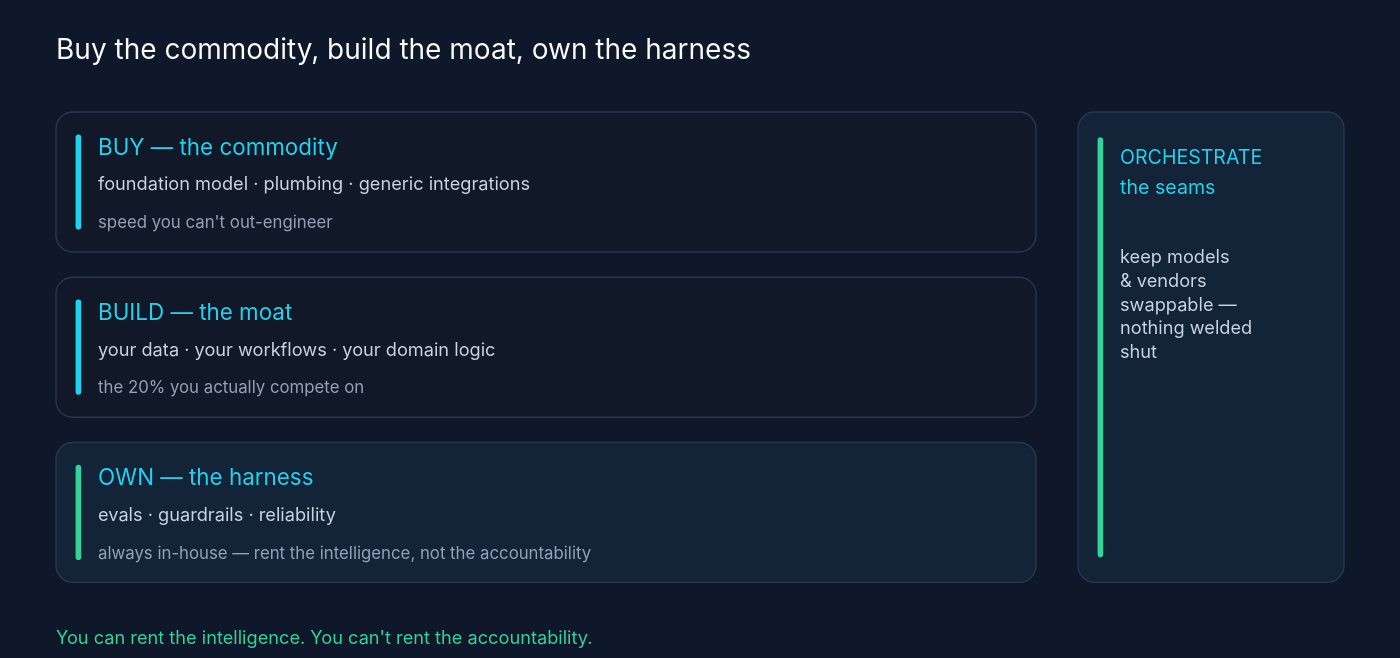
This is public/diagrams/2026-07-18-buy-build-own.excalidraw.svg from RajnishDashora/rajnishdashora.com, a Excalidraw export, as it was before one commit. Source tidied: one line per element, renumbered; positions are measured from the earlier drawing's top-left corner, leaving out a move shared by most shapes. Its diagram source:
```json
{"id": 0, "type": "text", "text": "Buy the commodity, build the moat, own the harness", "strokeColor": "#f9fafb", "strokeWidth": 1, "roughness": 0, "fontSize": 20, "fontFamily": 2, "x": 0, "y": 0, "width": 560, "height": 26}
{"id": 1, "type": "rectangle", "strokeColor": "#2a3650", "backgroundColor": "#111827", "fillStyle": "solid", "strokeWidth": 1, "roughness": 0, "round": true, "x": 0, "y": 56, "width": 700, "height": 100}
{"id": 2, "type": "rectangle", "strokeColor": "#22d3ee", "backgroundColor": "#22d3ee", "fillStyle": "solid", "strokeWidth": 1, "roughness": 0, "round": true, "x": 14, "y": 72, "width": 4, "height": 68}
{"id": 3, "type": "text", "text": "BUY — the commodity", "strokeColor": "#22d3ee", "strokeWidth": 1, "roughness": 0, "fontSize": 16, "fontFamily": 2, "x": 30, "y": 72, "width": 170, "height": 21}
{"id": 4, "type": "text", "text": "foundation model  ·  plumbing  ·  generic integrations", "strokeColor": "#cbd5e1", "strokeWidth": 1, "roughness": 0, "fontSize": 13, "fontFamily": 2, "x": 30, "y": 100, "width": 393, "height": 17}
{"id": 5, "type": "text", "text": "speed you can't out-engineer", "strokeColor": "#94a3b8", "strokeWidth": 1, "roughness": 0, "fontSize": 12, "fontFamily": 2, "x": 30, "y": 128, "width": 188, "height": 16}
{"id": 6, "type": "rectangle", "strokeColor": "#2a3650", "backgroundColor": "#111827", "fillStyle": "solid", "strokeWidth": 1, "roughness": 0, "round": true, "x": 0, "y": 174, "width": 700, "height": 100}
{"id": 7, "type": "rectangle", "strokeColor": "#22d3ee", "backgroundColor": "#22d3ee", "fillStyle": "solid", "strokeWidth": 1, "roughness": 0, "round": true, "x": 14, "y": 190, "width": 4, "height": 68}
{"id": 8, "type": "text", "text": "BUILD — the moat", "strokeColor": "#22d3ee", "strokeWidth": 1, "roughness": 0, "fontSize": 16, "fontFamily": 2, "x": 30, "y": 190, "width": 143, "height": 21}
{"id": 9, "type": "text", "text": "your data  ·  your workflows  ·  your domain logic", "strokeColor": "#cbd5e1", "strokeWidth": 1, "roughness": 0, "fontSize": 13, "fontFamily": 2, "x": 30, "y": 218, "width": 364, "height": 17}
{"id": 10, "type": "text", "text": "the 20% you actually compete on", "strokeColor": "#94a3b8", "strokeWidth": 1, "roughness": 0, "fontSize": 12, "fontFamily": 2, "x": 30, "y": 246, "width": 208, "height": 16}
{"id": 11, "type": "rectangle", "strokeColor": "#2a3650", "backgroundColor": "#132338", "fillStyle": "solid", "strokeWidth": 1, "roughness": 0, "round": true, "x": 0, "y": 292, "width": 700, "height": 100}
{"id": 12, "type": "rectangle", "strokeColor": "#34d399", "backgroundColor": "#34d399", "fillStyle": "solid", "strokeWidth": 1, "roughness": 0, "round": true, "x": 14, "y": 308, "width": 4, "height": 68}
{"id": 13, "type": "text", "text": "OWN — the harness", "strokeColor": "#22d3ee", "strokeWidth": 1, "roughness": 0, "fontSize": 16, "fontFamily": 2, "x": 30, "y": 308, "width": 152, "height": 21}
{"id": 14, "type": "text", "text": "evals  ·  guardrails  ·  reliability", "strokeColor": "#cbd5e1", "strokeWidth": 1, "roughness": 0, "fontSize": 13, "fontFamily": 2, "x": 30, "y": 336, "width": 262, "height": 17}
{"id": 15, "type": "text", "text": "always in-house — rent the intelligence, not the accountability", "strokeColor": "#94a3b8", "strokeWidth": 1, "roughness": 0, "fontSize": 12, "fontFamily": 2, "x": 30, "y": 364, "width": 423, "height": 16}
{"id": 16, "type": "rectangle", "strokeColor": "#2a3650", "backgroundColor": "#132338", "fillStyle": "solid", "strokeWidth": 1, "roughness": 0, "round": true, "x": 730, "y": 56, "width": 190, "height": 336}
{"id": 17, "type": "rectangle", "strokeColor": "#34d399", "backgroundColor": "#34d399", "fillStyle": "solid", "strokeWidth": 1, "roughness": 0, "round": true, "x": 744, "y": 74, "width": 4, "height": 300}
{"id": 18, "type": "text", "text": "ORCHESTRATE", "strokeColor": "#22d3ee", "strokeWidth": 1, "roughness": 0, "fontSize": 14, "fontFamily": 2, "x": 760, "y": 80, "width": 86, "height": 18}
{"id": 19, "type": "text", "text": "the seams", "strokeColor": "#22d3ee", "strokeWidth": 1, "roughness": 0, "fontSize": 14, "fontFamily": 2, "x": 760, "y": 102, "width": 71, "height": 18}
{"id": 20, "type": "text", "text": "keep models\n& vendors\nswappable —\nnothing welded\nshut", "strokeColor": "#cbd5e1", "strokeWidth": 1, "roughness": 0, "fontSize": 13, "fontFamily": 2, "x": 760, "y": 152, "width": 102, "height": 84}
{"id": 21, "type": "text", "text": "You can rent the intelligence. You can't rent the accountability.", "strokeColor": "#34d399", "strokeWidth": 1, "roughness": 0, "fontSize": 13, "fontFamily": 2, "x": 0, "y": 424, "width": 473, "height": 17}
```
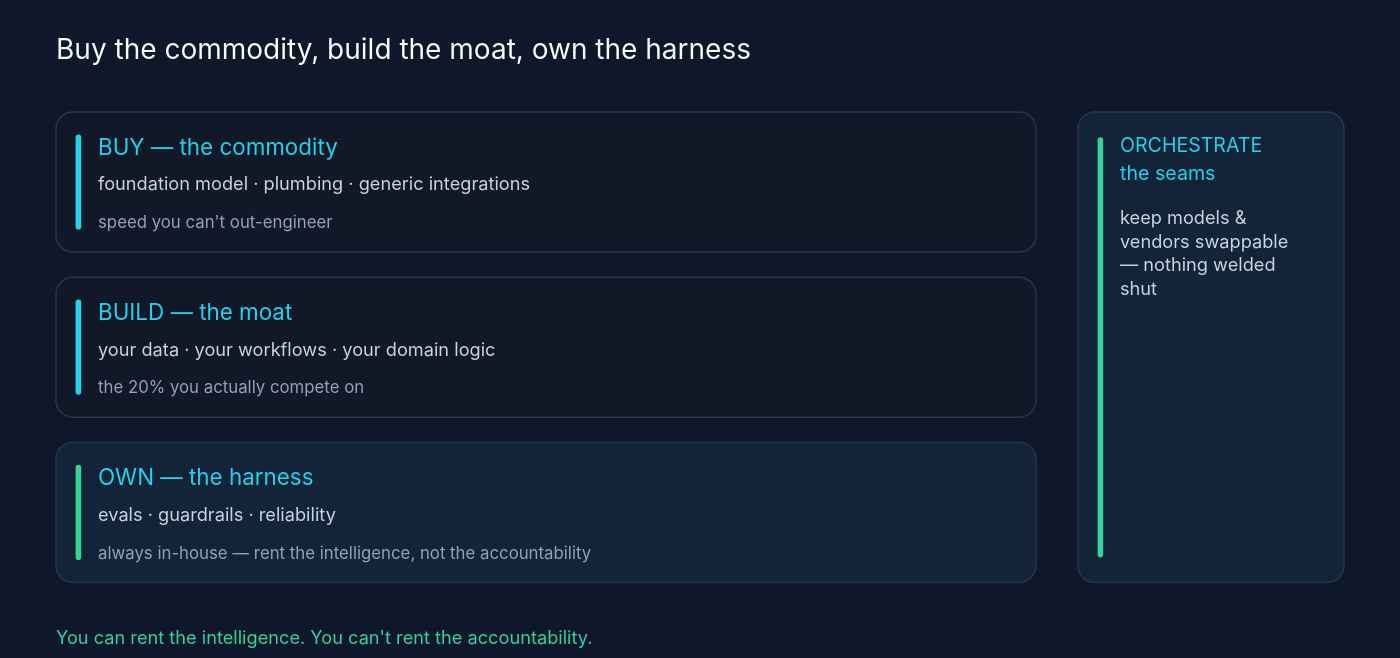
Above is the later version.

What changed in the source:
```diff
@@ -16,7 +16,7 @@
 {"id": 15, "type": "text", "text": "always in-house — rent the intelligence, not the accountability", "strokeColor": "#94a3b8", "strokeWidth": 1, "roughness": 0, "fontSize": 12, "fontFamily": 2, "x": 30, "y": 364, "width": 423, "height": 16}
 {"id": 16, "type": "rectangle", "strokeColor": "#2a3650", "backgroundColor": "#132338", "fillStyle": "solid", "strokeWidth": 1, "roughness": 0, "round": true, "x": 730, "y": 56, "width": 190, "height": 336}
 {"id": 17, "type": "rectangle", "strokeColor": "#34d399", "backgroundColor": "#34d399", "fillStyle": "solid", "strokeWidth": 1, "roughness": 0, "round": true, "x": 744, "y": 74, "width": 4, "height": 300}
-{"id": 18, "type": "text", "text": "ORCHESTRATE", "strokeColor": "#22d3ee", "strokeWidth": 1, "roughness": 0, "fontSize": 14, "fontFamily": 2, "x": 760, "y": 80, "width": 86, "height": 18}
+{"id": 18, "type": "text", "text": "ORCHESTRATE", "strokeColor": "#22d3ee", "strokeWidth": 1, "roughness": 0, "fontSize": 14, "fontFamily": 2, "x": 760, "y": 72, "width": 86, "height": 18}
-{"id": 19, "type": "text", "text": "the seams", "strokeColor": "#22d3ee", "strokeWidth": 1, "roughness": 0, "fontSize": 14, "fontFamily": 2, "x": 760, "y": 102, "width": 71, "height": 18}
+{"id": 19, "type": "text", "text": "the seams", "strokeColor": "#22d3ee", "strokeWidth": 1, "roughness": 0, "fontSize": 14, "fontFamily": 2, "x": 760, "y": 92, "width": 71, "height": 18}
-{"id": 20, "type": "text", "text": "keep models\n& vendors\nswappable —\nnothing welded\nshut", "strokeColor": "#cbd5e1", "strokeWidth": 1, "roughness": 0, "fontSize": 13, "fontFamily": 2, "x": 760, "y": 152, "width": 102, "height": 84}
+{"id": 20, "type": "text", "text": "keep models &\nvendors swappable\n— nothing welded\nshut", "strokeColor": "#cbd5e1", "strokeWidth": 1, "roughness": 0, "fontSize": 13, "fontFamily": 2, "x": 760, "y": 124, "width": 124, "height": 68}
 {"id": 21, "type": "text", "text": "You can rent the intelligence. You can't rent the accountability.", "strokeColor": "#34d399", "strokeWidth": 1, "roughness": 0, "fontSize": 13, "fontFamily": 2, "x": 0, "y": 424, "width": 473, "height": 17}
```
